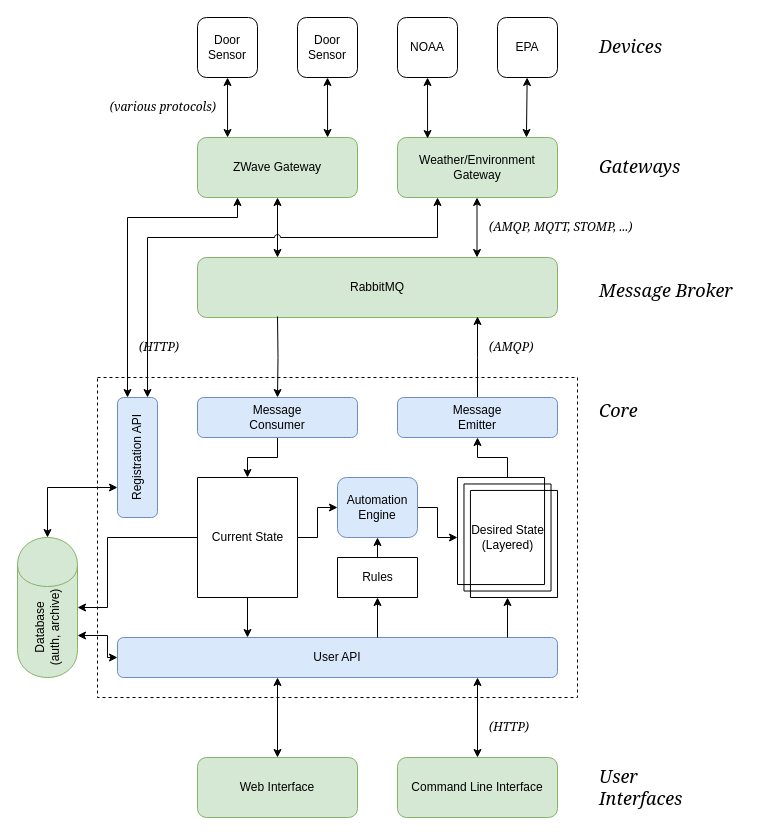
This is docs/architecture.drawio from mikecamilleri/tilde, a draw.io file, before an edit. Source tidied: cells renumbered, new cells numbered last; positions are measured from the earlier drawing's top-left corner, leaving out a move shared by most shapes. Both pictures are drawn from the tidied source at 100%, with x=0, y=0 at pixel (17, 17).
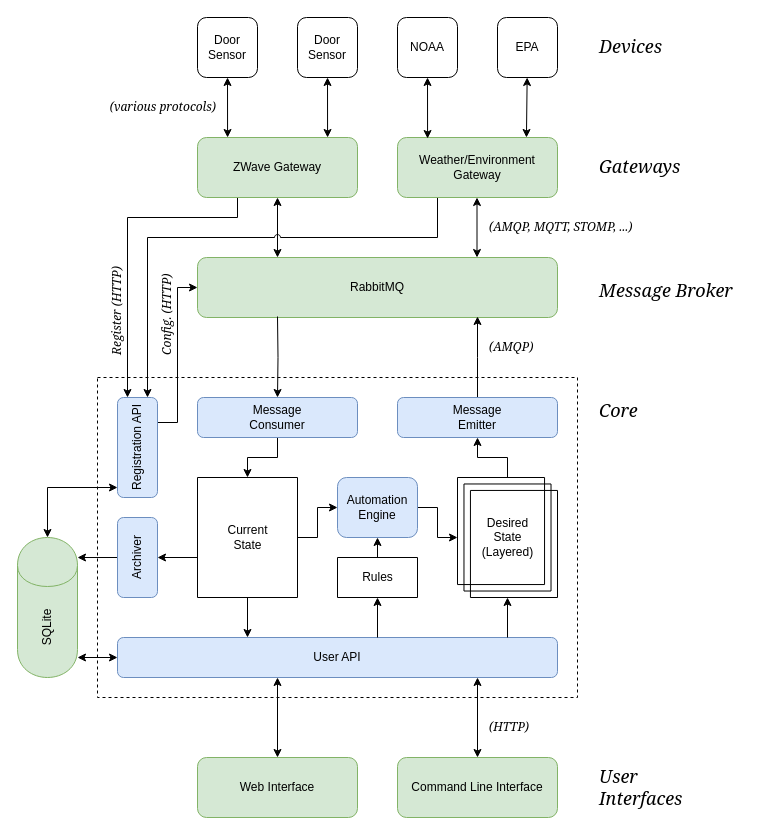
The same diagram, later.

Commit message (it also covers changes not shown here):
update architecture diagram

The change refers to these unchanged cells:
```xml
<mxCell id="3" value="RabbitMQ" style="rounded=1;whiteSpace=wrap;html=1;fillColor=#d5e8d4;strokeColor=#82b366;" parent="1" vertex="1">
  <mxGeometry x="180" y="240" width="360" height="60" as="geometry" />
</mxCell>
<mxCell id="5" value="User API" style="rounded=1;whiteSpace=wrap;html=1;fillColor=#dae8fc;strokeColor=#6c8ebf;" parent="1" vertex="1">
  <mxGeometry x="100" y="620" width="440" height="40" as="geometry" />
</mxCell>
<mxCell id="24" value="ZWave Gateway&lt;br&gt;" style="rounded=1;whiteSpace=wrap;html=1;fillColor=#d5e8d4;strokeColor=#82b366;" parent="1" vertex="1">
  <mxGeometry x="180" y="120" width="160" height="60" as="geometry" />
</mxCell>
<mxCell id="30" value="Weather/Environment Gateway&lt;br&gt;" style="rounded=1;whiteSpace=wrap;html=1;fillColor=#d5e8d4;strokeColor=#82b366;" parent="1" vertex="1">
  <mxGeometry x="380" y="120" width="160" height="60" as="geometry" />
</mxCell>
```

Change to the diagram source:
```diff
@@
-    <mxCell id="4" style="edgeStyle=orthogonalEdgeStyle;rounded=0;jumpStyle=arc;jettySize=auto;html=1;startArrow=classic;startFill=1;endArrow=classic;endFill=1;entryX=1;entryY=0.7;entryDx=0;entryDy=0;" parent="1" edge="1" source="5" target="53">
+    <mxCell id="4" style="edgeStyle=orthogonalEdgeStyle;rounded=0;jumpStyle=arc;jettySize=auto;html=1;startArrow=classic;startFill=1;endArrow=classic;endFill=1;" parent="1" edge="1" source="5">
       <mxGeometry relative="1" as="geometry">
+        <mxPoint x="60" y="640" as="targetPoint" />
         <Array as="points">
-          <mxPoint x="90" y="640" />
-          <mxPoint x="90" y="618" />
+          <mxPoint x="60" y="640" />
         </Array>
       </mxGeometry>
     </mxCell>
@@
-    <mxCell id="12" value="Desired State &lt;br&gt;(Layered)" style="verticalLabelPosition=middle;verticalAlign=middle;html=1;shape=mxgraph.basic.layered_rect;dx=12.94;outlineConnect=0;fillColor=none;align=center;labelPosition=center;horizontal=1;" parent="1" vertex="1">
+    <mxCell id="12" value="Desired&lt;br&gt;State &lt;br&gt;(Layered)" style="verticalLabelPosition=middle;verticalAlign=middle;html=1;shape=mxgraph.basic.layered_rect;dx=12.94;outlineConnect=0;fillColor=none;align=center;labelPosition=center;horizontal=1;" parent="1" vertex="1">
       <mxGeometry x="440" y="460" width="100" height="120" as="geometry" />
     </mxCell>
@@
-    <mxCell id="15" style="edgeStyle=orthogonalEdgeStyle;rounded=0;jumpStyle=arc;jettySize=auto;html=1;startArrow=none;startFill=0;endArrow=classic;endFill=1;entryX=1;entryY=0.5;entryDx=0;entryDy=0;" parent="1" edge="1" source="16" target="53">
-      <mxGeometry relative="1" as="geometry">
-        <Array as="points">
-          <mxPoint x="90" y="520" />
-          <mxPoint x="90" y="590" />
-        </Array>
-      </mxGeometry>
-    </mxCell>
+    <mxCell id="55" style="edgeStyle=orthogonalEdgeStyle;rounded=0;jettySize=auto;html=1;startArrow=none;startFill=0;" parent="1" edge="1" target="59">
+      <mxGeometry relative="1" as="geometry">
+        <mxPoint x="181" y="540" as="sourcePoint" />
+        <Array as="points">
+          <mxPoint x="181" y="540" />
+        </Array>
+      </mxGeometry>
+    </mxCell>
-    <mxCell id="16" value="Current State" style="verticalLabelPosition=middle;verticalAlign=middle;html=1;shape=mxgraph.basic.rect;fillColor=#ffffff;fillColor2=none;strokeColor=#000000;strokeWidth=1;size=20;indent=5;align=center;labelPosition=center;horizontal=1;" parent="1" vertex="1">
+    <mxCell id="16" value="Current&lt;br&gt;State" style="verticalLabelPosition=middle;verticalAlign=middle;html=1;shape=mxgraph.basic.rect;fillColor=#ffffff;fillColor2=none;strokeColor=#000000;strokeWidth=1;size=20;indent=5;align=center;labelPosition=center;horizontal=1;" parent="1" vertex="1">
       <mxGeometry x="180" y="460" width="100" height="120" as="geometry" />
     </mxCell>
@@
-    <mxCell id="23" style="edgeStyle=orthogonalEdgeStyle;rounded=0;jumpStyle=arc;jettySize=auto;html=1;exitX=0.25;exitY=1;exitDx=0;exitDy=0;entryX=0.25;entryY=0;entryDx=0;entryDy=0;startArrow=classic;startFill=1;" parent="1" edge="1" source="24" target="50">
+    <mxCell id="23" style="edgeStyle=orthogonalEdgeStyle;rounded=0;jumpStyle=arc;jettySize=auto;html=1;exitX=0.25;exitY=1;exitDx=0;exitDy=0;entryX=0.25;entryY=0;entryDx=0;entryDy=0;startArrow=none;startFill=0;" parent="1" edge="1" source="24" target="50">
       <mxGeometry relative="1" as="geometry">
         <Array as="points">
           <mxPoint x="220" y="200" />
           <mxPoint x="110" y="200" />
         </Array>
       </mxGeometry>
     </mxCell>
@@
-    <mxCell id="29" style="edgeStyle=orthogonalEdgeStyle;rounded=0;jettySize=auto;html=1;exitX=0.25;exitY=1;exitDx=0;exitDy=0;jumpStyle=arc;startArrow=classic;startFill=1;" parent="1" edge="1" source="30" target="50">
+    <mxCell id="29" style="edgeStyle=orthogonalEdgeStyle;rounded=0;jettySize=auto;html=1;exitX=0.25;exitY=1;exitDx=0;exitDy=0;jumpStyle=arc;startArrow=none;startFill=0;" parent="1" edge="1" source="30" target="50">
       <mxGeometry relative="1" as="geometry">
         <Array as="points">
           <mxPoint x="420" y="220" />
           <mxPoint x="130" y="220" />
         </Array>
       </mxGeometry>
     </mxCell>
@@
+    <mxCell id="56" style="edgeStyle=orthogonalEdgeStyle;rounded=0;jettySize=auto;html=1;exitX=1;exitY=0.25;exitDx=0;exitDy=0;entryX=0;entryY=0.5;entryDx=0;entryDy=0;" parent="1" edge="1" source="50" target="3">
+      <mxGeometry relative="1" as="geometry" />
+    </mxCell>
     <mxCell id="50" value="Registration API" style="rounded=1;whiteSpace=wrap;html=1;fillColor=#dae8fc;align=center;strokeColor=#6c8ebf;horizontal=0;" parent="1" vertex="1">
-      <mxGeometry x="100" y="380" width="40" height="120" as="geometry" />
+      <mxGeometry x="100" y="380" width="40" height="100" as="geometry" />
     </mxCell>
@@
-    <mxCell id="52" value="&lt;font face=&quot;Georgia&quot; style=&quot;font-size: 12px&quot;&gt;&lt;i&gt;(HTTP)&lt;/i&gt;&lt;/font&gt;" style="text;html=1;align=left;verticalAlign=middle;" parent="1" vertex="1">
-      <mxGeometry x="120" y="320" width="60" height="20" as="geometry" />
+    <mxCell id="52" value="&lt;font face=&quot;Georgia&quot; style=&quot;font-size: 12px&quot;&gt;&lt;i&gt;Register (HTTP)&lt;/i&gt;&lt;/font&gt;" style="text;html=1;align=left;verticalAlign=middle;rotation=-90;" parent="1" vertex="1">
+      <mxGeometry x="50" y="280" width="100" height="20" as="geometry" />
     </mxCell>
-    <mxCell id="53" value="Database&lt;br&gt;(auth, archive)" style="shape=cylinder;whiteSpace=wrap;html=1;boundedLbl=1;backgroundOutline=1;align=center;horizontal=0;fillColor=#d5e8d4;strokeColor=#82b366;" parent="1" vertex="1">
+    <mxCell id="53" value="SQLite" style="shape=cylinder;whiteSpace=wrap;html=1;boundedLbl=1;backgroundOutline=1;align=center;horizontal=0;fillColor=#d5e8d4;strokeColor=#82b366;" parent="1" vertex="1">
       <mxGeometry y="520" width="60" height="140" as="geometry" />
     </mxCell>
@@
+    <mxCell id="57" value="&lt;font face=&quot;Georgia&quot; style=&quot;font-size: 12px&quot;&gt;&lt;i&gt;Config. (HTTP)&lt;/i&gt;&lt;/font&gt;" style="text;html=1;align=left;verticalAlign=middle;rotation=-90;" parent="1" vertex="1">
+      <mxGeometry x="100" y="280" width="100" height="20" as="geometry" />
+    </mxCell>
+    <mxCell id="58" style="edgeStyle=orthogonalEdgeStyle;rounded=0;jettySize=auto;html=1;exitX=0;exitY=0.5;exitDx=0;exitDy=0;entryX=1;entryY=0.143;entryDx=0;entryDy=0;entryPerimeter=0;startArrow=none;startFill=0;" parent="1" edge="1" source="59" target="53">
+      <mxGeometry relative="1" as="geometry" />
+    </mxCell>
+    <mxCell id="59" value="Archiver" style="rounded=1;whiteSpace=wrap;html=1;fillColor=#dae8fc;align=center;strokeColor=#6c8ebf;horizontal=0;" parent="1" vertex="1">
+      <mxGeometry x="100" y="500" width="40" height="80" as="geometry" />
+    </mxCell>
```
